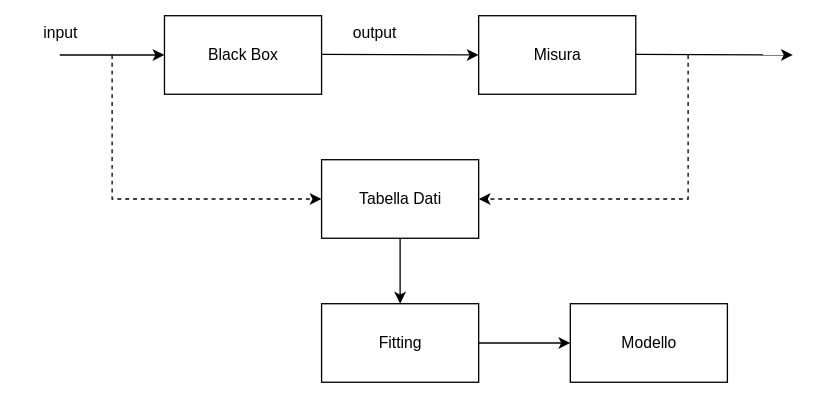
Earlier version of the draw.io export content/file/media public/whitebox1.svg (learningDane/uninotes). Source tidied: cells renumbered, new cells last; positions are measured from the earlier drawing's top-left corner, leaving out a move shared by most shapes.
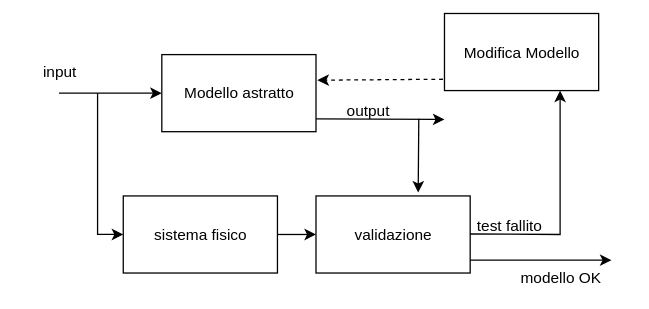
After the commit.

What changed in the source:
```diff
@@ -2,64 +2,73 @@
   <root>
     <mxCell id="0" />
     <mxCell id="1" parent="0" />
-    <mxCell id="2" value="Black Box" style="rounded=0;whiteSpace=wrap;html=1;" parent="1" vertex="1">
+    <mxCell id="2" value="Modello astratto" style="rounded=0;whiteSpace=wrap;html=1;" parent="1" vertex="1">
       <mxGeometry x="105" y="2" width="120" height="60" as="geometry" />
     </mxCell>
-    <mxCell id="3" value="Misura" style="rounded=0;whiteSpace=wrap;html=1;" parent="1" vertex="1">
-      <mxGeometry x="345" y="2" width="120" height="60" as="geometry" />
+    <mxCell id="3" value="Modifica Modello" style="rounded=0;whiteSpace=wrap;html=1;" parent="1" vertex="1">
+      <mxGeometry x="325" y="-30" width="120" height="60" as="geometry" />
     </mxCell>
-    <mxCell id="4" value="Tabella Dati" style="rounded=0;whiteSpace=wrap;html=1;" parent="1" vertex="1">
+    <mxCell id="4" value="validazione" style="rounded=0;whiteSpace=wrap;html=1;" parent="1" vertex="1">
       <mxGeometry x="225" y="112" width="120" height="60" as="geometry" />
     </mxCell>
-    <mxCell id="5" value="Fitting" style="rounded=0;whiteSpace=wrap;html=1;" parent="1" vertex="1">
-      <mxGeometry x="225" y="222" width="120" height="60" as="geometry" />
-    </mxCell>
-    <mxCell id="6" value="Modello" style="rounded=0;whiteSpace=wrap;html=1;" parent="1" vertex="1">
-      <mxGeometry x="415" y="222" width="120" height="60" as="geometry" />
-    </mxCell>
     <mxCell id="7" style="endArrow=classic;html=1;rounded=0;entryX=0;entryY=0.5;entryDx=0;entryDy=0;" parent="1" edge="1" target="2">
       <mxGeometry relative="1" as="geometry">
         <mxPoint x="25" y="32" as="sourcePoint" />
       </mxGeometry>
     </mxCell>
-    <mxCell id="8" style="endArrow=classic;html=1;rounded=0;entryX=0;entryY=0.5;entryDx=0;entryDy=0;" parent="1" edge="1" target="3">
+    <mxCell id="8" style="endArrow=classic;html=1;rounded=0;" parent="1" edge="1">
       <mxGeometry relative="1" as="geometry">
-        <mxPoint x="225" y="31.5" as="sourcePoint" />
+        <mxPoint x="225" y="52" as="sourcePoint" />
+        <mxPoint x="325" y="52.5" as="targetPoint" />
       </mxGeometry>
     </mxCell>
-    <mxCell id="9" style="endArrow=classic;html=1;rounded=0;entryX=0;entryY=0.5;entryDx=0;entryDy=0;" parent="1" edge="1">
+    <mxCell id="9" style="endArrow=classic;html=1;rounded=0;entryX=0.75;entryY=1;entryDx=0;entryDy=0;" parent="1" edge="1" target="3">
       <mxGeometry relative="1" as="geometry">
-        <mxPoint x="465" y="31.5" as="sourcePoint" />
-        <mxPoint x="585" y="32" as="targetPoint" />
+        <mxPoint x="345" y="141.6" as="sourcePoint" />
+        <Array as="points">
+          <mxPoint x="415" y="142" />
+        </Array>
       </mxGeometry>
     </mxCell>
     <mxCell id="10" value="input" style="text;html=1;align=center;verticalAlign=middle;strokeColor=none;fillColor=none;" parent="1" vertex="1">
       <mxGeometry width="50" height="30" as="geometry" />
     </mxCell>
     <mxCell id="11" value="output" style="text;html=1;align=center;verticalAlign=middle;strokeColor=none;fillColor=none;" parent="1" vertex="1">
-      <mxGeometry x="235" width="60" height="30" as="geometry" />
+      <mxGeometry x="235" y="30" width="60" height="30" as="geometry" />
     </mxCell>
-    <mxCell id="12" style="html=1;labelBackgroundColor=#ffffff;startArrow=none;startFill=0;startSize=6;endArrow=classic;endFill=1;endSize=6;jettySize=auto;strokeWidth=1;dashed=1;fontSize=14;rounded=0;entryX=0;entryY=0.5;entryDx=0;entryDy=0;" parent="1" edge="1" target="4">
-      <mxGeometry relative="1" as="geometry">
-        <mxPoint x="65" y="32" as="sourcePoint" />
-        <Array as="points">
-          <mxPoint x="65" y="142" />
-        </Array>
-      </mxGeometry>
-    </mxCell>
-    <mxCell id="13" style="html=1;labelBackgroundColor=#ffffff;startArrow=none;startFill=0;startSize=6;endArrow=classic;endFill=1;endSize=6;jettySize=auto;strokeWidth=1;dashed=1;fontSize=14;rounded=0;entryX=1;entryY=0.5;entryDx=0;entryDy=0;" parent="1" edge="1" target="4">
-      <mxGeometry relative="1" as="geometry">
-        <mxPoint x="505" y="32" as="sourcePoint" />
-        <Array as="points">
-          <mxPoint x="505" y="142" />
-        </Array>
-      </mxGeometry>
+    <mxCell id="13" style="html=1;labelBackgroundColor=#ffffff;startArrow=none;startFill=0;startSize=6;endArrow=classic;endFill=1;endSize=6;jettySize=auto;strokeWidth=1;dashed=1;fontSize=14;rounded=0;exitX=-0.01;exitY=0.853;exitDx=0;exitDy=0;entryX=1.009;entryY=0.332;entryDx=0;entryDy=0;exitPerimeter=0;entryPerimeter=0;" parent="1" edge="1" source="3" target="2">
+      <mxGeometry relative="1" as="geometry" />
     </mxCell>
-    <mxCell id="14" style="endArrow=classic;html=1;rounded=0;entryX=0.5;entryY=0;entryDx=0;entryDy=0;exitX=0.5;exitY=1;exitDx=0;exitDy=0;" parent="1" edge="1" source="4" target="5">
-      <mxGeometry relative="1" as="geometry" />
-    </mxCell>
-    <mxCell id="15" style="endArrow=classic;html=1;rounded=0;entryX=0;entryY=0.5;entryDx=0;entryDy=0;exitX=1;exitY=0.5;exitDx=0;exitDy=0;" parent="1" edge="1" source="5" target="6">
-      <mxGeometry relative="1" as="geometry" />
+    <mxCell id="15" style="endArrow=classic;html=1;rounded=0;exitX=1;exitY=0.5;exitDx=0;exitDy=0;" parent="1" edge="1">
+      <mxGeometry relative="1" as="geometry">
+        <mxPoint x="345" y="162" as="sourcePoint" />
+        <mxPoint x="455" y="162" as="targetPoint" />
+      </mxGeometry>
     </mxCell>
+    <mxCell id="16" style="endArrow=classic;html=1;rounded=0;entryX=0.663;entryY=-0.044;entryDx=0;entryDy=0;entryPerimeter=0;" parent="1" edge="1" target="4">
+      <mxGeometry relative="1" as="geometry">
+        <mxPoint x="305" y="52" as="sourcePoint" />
+      </mxGeometry>
+    </mxCell>
+    <mxCell id="17" style="edgeStyle=none;html=1;entryX=0;entryY=0.5;entryDx=0;entryDy=0;" parent="1" edge="1" source="18" target="4">
+      <mxGeometry relative="1" as="geometry" />
+    </mxCell>
+    <mxCell id="18" value="sistema fisico" style="rounded=0;whiteSpace=wrap;html=1;" parent="1" vertex="1">
+      <mxGeometry x="75" y="112" width="120" height="60" as="geometry" />
+    </mxCell>
+    <mxCell id="19" style="endArrow=classic;html=1;rounded=0;entryX=0;entryY=0.5;entryDx=0;entryDy=0;" parent="1" edge="1" target="18">
+      <mxGeometry relative="1" as="geometry">
+        <mxPoint x="55" y="32" as="sourcePoint" />
+        <Array as="points">
+          <mxPoint x="55" y="142" />
+        </Array>
+      </mxGeometry>
+    </mxCell>
+    <mxCell id="20" value="modello OK" style="text;html=1;align=center;verticalAlign=middle;strokeColor=none;fillColor=none;" parent="1" vertex="1">
+      <mxGeometry x="370" y="160" width="90" height="30" as="geometry" />
+    </mxCell>
+    <mxCell id="21" value="test fallito" style="text;html=1;align=center;verticalAlign=middle;strokeColor=none;fillColor=none;" parent="1" vertex="1">
+      <mxGeometry x="340" y="120" width="70" height="30" as="geometry" />
+    </mxCell>
   </root>
 </mxGraphModel>
```
